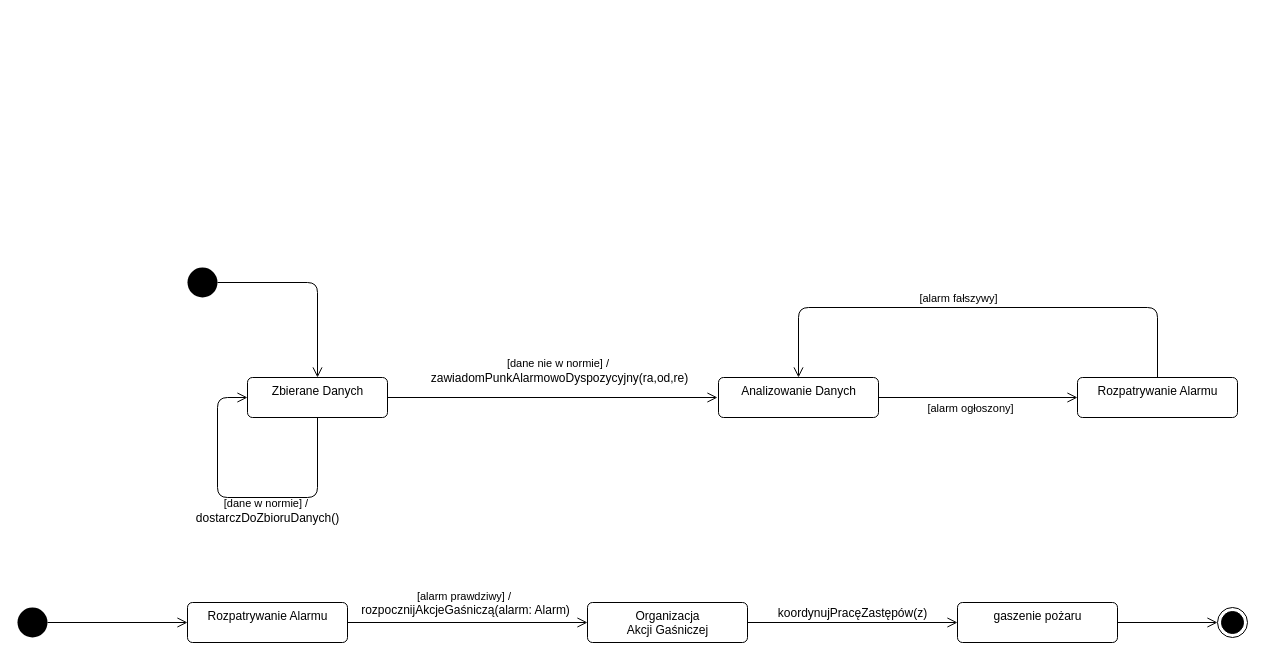
The draw.io diagram page "stany" (4 of 5) of uml_pozar_lasu.drawio in broniuu/projekt_inzynieria, before the edit. Source tidied: cells renumbered, new cells numbered last; positions are measured from the earlier drawing's top-left corner, leaving out a move shared by most shapes. Both pictures are drawn from the tidied source at 100%, with x=0, y=0 at pixel (17, 267).
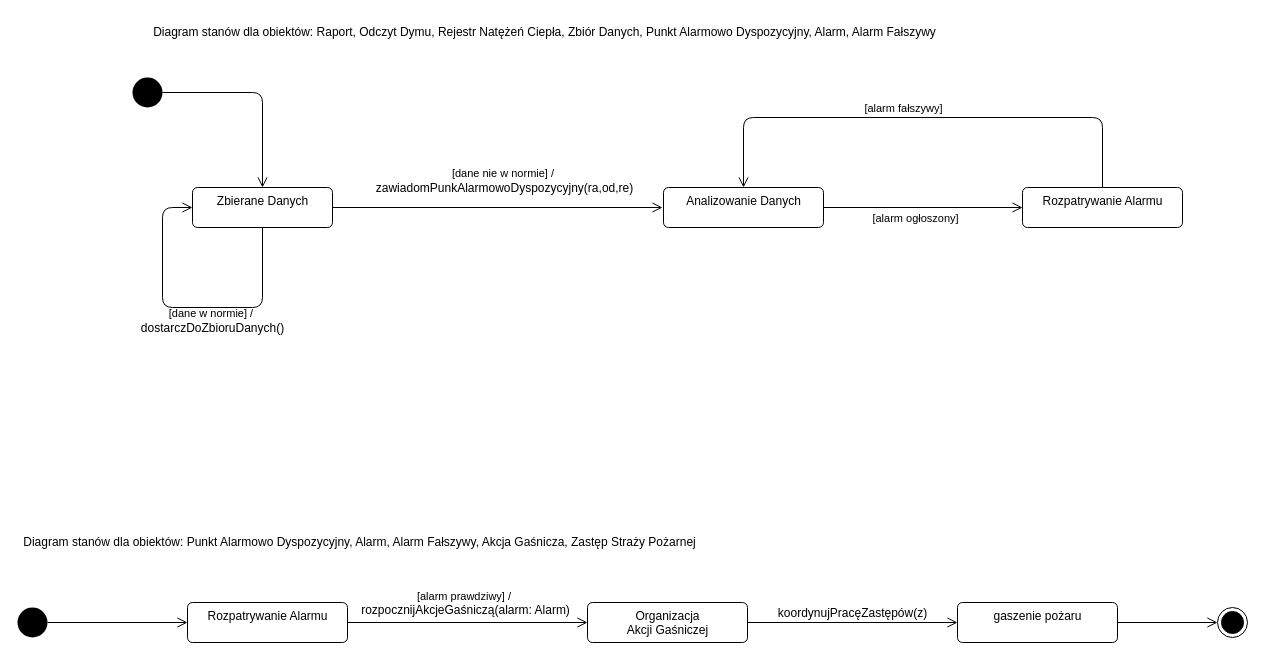
After the change.

Change to the diagram source:
```diff
@@
     <mxCell id="2" style="ellipse;fillColor=#000000;strokeColor=none;" parent="1" vertex="1">
-      <mxGeometry x="170" width="30" height="30" as="geometry" />
+      <mxGeometry x="115" y="-190" width="30" height="30" as="geometry" />
     </mxCell>
     <mxCell id="3" value="Zbierane Danych" style="html=1;align=center;verticalAlign=top;rounded=1;absoluteArcSize=1;arcSize=10;dashed=0;" parent="1" vertex="1">
-      <mxGeometry x="230" y="110" width="140" height="40" as="geometry" />
+      <mxGeometry x="175" y="-80" width="140" height="40" as="geometry" />
     </mxCell>
     <mxCell id="4" style="endArrow=open;startArrow=none;endFill=0;startFill=0;endSize=8;html=1;verticalAlign=bottom;labelBackgroundColor=none;strokeWidth=1;exitX=1;exitY=0.5;exitDx=0;exitDy=0;entryX=0.5;entryY=0;entryDx=0;entryDy=0;" parent="1" edge="1" source="2" target="3">
       <mxGeometry relative="1" as="geometry">
         <Array as="points">
-          <mxPoint x="300" y="15" />
+          <mxPoint x="245" y="-175" />
         </Array>
       </mxGeometry>
     </mxCell>
     <mxCell id="5" value="Analizowanie Danych" style="html=1;align=center;verticalAlign=top;rounded=1;absoluteArcSize=1;arcSize=10;dashed=0;" parent="1" vertex="1">
-      <mxGeometry x="701" y="110" width="160" height="40" as="geometry" />
+      <mxGeometry x="646" y="-80" width="160" height="40" as="geometry" />
     </mxCell>
     <mxCell id="6" value="[dane nie w normie] /&amp;nbsp;&lt;br&gt;&lt;span style=&quot;font-size: 12px ; text-align: left&quot;&gt;zawiadomPunkAlarmowoDyspozycyjny(&lt;/span&gt;&lt;span style=&quot;font-size: 12px ; text-align: left&quot;&gt;ra,&lt;/span&gt;&lt;span style=&quot;font-size: 12px ; text-align: left&quot;&gt;od,&lt;/span&gt;&lt;span style=&quot;font-size: 12px ; text-align: left&quot;&gt;re)&lt;/span&gt;" style="endArrow=open;startArrow=none;endFill=0;startFill=0;endSize=8;html=1;verticalAlign=bottom;labelBackgroundColor=none;strokeWidth=1;exitX=1;exitY=0.5;exitDx=0;exitDy=0;" parent="1" edge="1" source="3">
       <mxGeometry x="0.04" y="10" relative="1" as="geometry">
-        <mxPoint x="700" y="130" as="targetPoint" />
+        <mxPoint x="645" y="-60" as="targetPoint" />
       </mxGeometry>
     </mxCell>
     <mxCell id="7" value="Rozpatrywanie Alarmu" style="html=1;align=center;verticalAlign=top;rounded=1;absoluteArcSize=1;arcSize=10;dashed=0;" parent="1" vertex="1">
-      <mxGeometry x="1060" y="110" width="160" height="40" as="geometry" />
+      <mxGeometry x="1005" y="-80" width="160" height="40" as="geometry" />
     </mxCell>
     <mxCell id="8" style="endArrow=open;startArrow=none;endFill=0;startFill=0;endSize=8;html=1;verticalAlign=bottom;labelBackgroundColor=none;strokeWidth=1;exitX=1;exitY=0.5;exitDx=0;exitDy=0;" parent="1" edge="1" source="5">
       <mxGeometry relative="1" as="geometry">
-        <mxPoint x="1060" y="130" as="targetPoint" />
+        <mxPoint x="1005" y="-60" as="targetPoint" />
       </mxGeometry>
     </mxCell>
@@
     <mxCell id="10" value="[dane w normie] /&amp;nbsp;&lt;br&gt;&lt;span style=&quot;font-size: 12px ; text-align: left&quot;&gt;dostarczDoZbioruDanych()&lt;/span&gt;" style="endArrow=open;startArrow=none;endFill=0;startFill=0;endSize=8;html=1;verticalAlign=bottom;labelBackgroundColor=none;strokeWidth=1;exitX=0.5;exitY=1;exitDx=0;exitDy=0;entryX=0;entryY=0.5;entryDx=0;entryDy=0;" parent="1" edge="1" source="3" target="3">
       <mxGeometry x="-0.16" y="30" relative="1" as="geometry">
         <Array as="points">
-          <mxPoint x="300" y="230" />
-          <mxPoint x="200" y="230" />
-          <mxPoint x="200" y="130" />
+          <mxPoint x="245" y="40" />
+          <mxPoint x="145" y="40" />
+          <mxPoint x="145" y="-60" />
         </Array>
       </mxGeometry>
     </mxCell>
@@
     <mxCell id="19" value="&lt;font color=&quot;#ba0000&quot; face=&quot;monospace&quot;&gt;&lt;span style=&quot;font-size: 0px&quot;&gt;Alarm Prawdziw&lt;/span&gt;&lt;/font&gt;" style="endArrow=open;startArrow=none;endFill=0;startFill=0;endSize=8;html=1;verticalAlign=bottom;labelBackgroundColor=none;strokeWidth=1;exitX=0.5;exitY=0;exitDx=0;exitDy=0;entryX=0.5;entryY=0;entryDx=0;entryDy=0;" parent="1" edge="1" source="7" target="5">
       <mxGeometry relative="1" as="geometry">
         <Array as="points">
-          <mxPoint x="1140" y="40" />
-          <mxPoint x="781" y="40" />
+          <mxPoint x="1085" y="-150" />
+          <mxPoint x="726" y="-150" />
         </Array>
       </mxGeometry>
     </mxCell>
@@
+    <mxCell id="23" value="Diagram stanów dla obiektów: Raport, Odczyt Dymu, Rejestr Natężeń Ciepła, Zbiór Danych, Punkt Alarmowo Dyspozycyjny, Alarm, Alarm Fałszywy" style="text;html=1;strokeColor=none;fillColor=none;align=center;verticalAlign=middle;whiteSpace=wrap;rounded=0;" parent="1" vertex="1">
+      <mxGeometry x="115" y="-250" width="825" height="30" as="geometry" />
+    </mxCell>
+    <mxCell id="24" value="Diagram stanów dla obiektów: Punkt Alarmowo Dyspozycyjny, Alarm, Alarm Fałszywy, Akcja Gaśnicza, Zastęp Straży Pożarnej" style="text;html=1;strokeColor=none;fillColor=none;align=center;verticalAlign=middle;whiteSpace=wrap;rounded=0;" parent="1" vertex="1">
+      <mxGeometry y="260" width="685" height="30" as="geometry" />
+    </mxCell>
```
